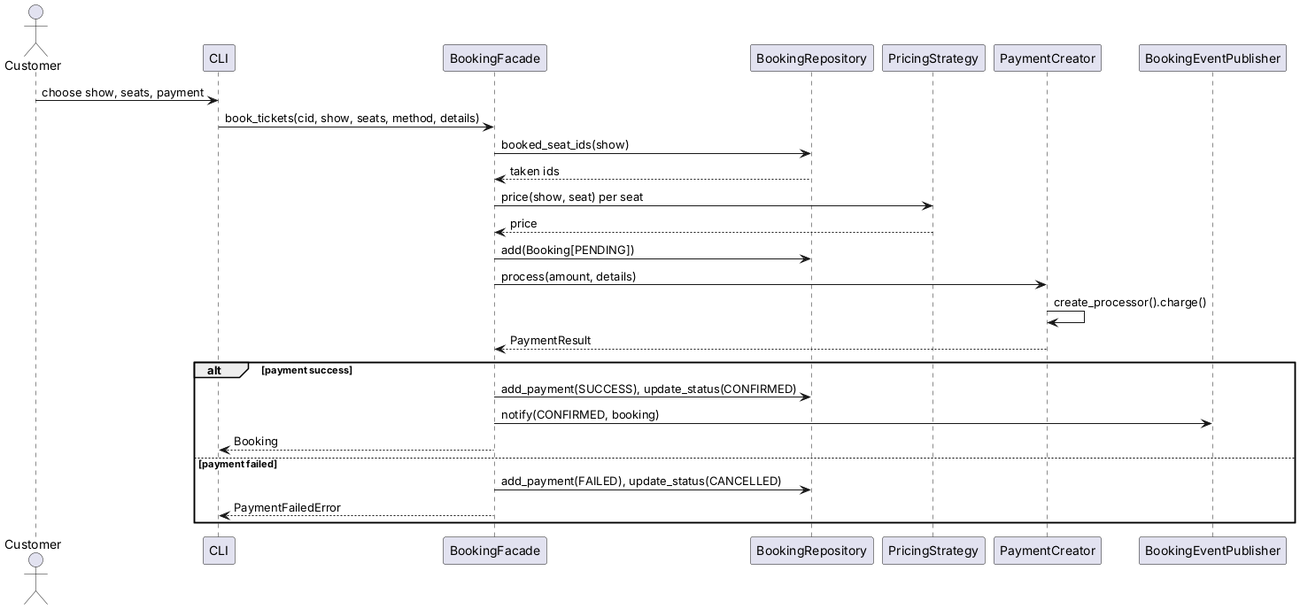
meerakumar-1/cinebook-ooad keeps this PlantUML diagram as cinebook/cinebook/docs/uml/png/sequence_book.png. Above is the earlier version. The source it was exported from:
```plantuml
@startuml sequence_book
actor Customer
participant CLI
participant BookingFacade as F
participant BookingRepository as BR
participant PricingStrategy as PS
participant PaymentCreator as PC
participant BookingEventPublisher as Pub
Customer -> CLI : choose show, seats, payment
CLI -> F : book_tickets(cid, show, seats, method, details)
F -> BR : booked_seat_ids(show)
BR --> F : taken ids
F -> PS : price(show, seat) per seat
PS --> F : price
F -> BR : add(Booking[PENDING])
F -> PC : process(amount, details)
PC -> PC : create_processor().charge()
PC --> F : PaymentResult
alt payment success
  F -> BR : add_payment(SUCCESS), update_status(CONFIRMED)
  F -> Pub : notify(CONFIRMED, booking)
  F --> CLI : Booking
else payment failed
  F -> BR : add_payment(FAILED), update_status(CANCELLED)
  F --> CLI : PaymentFailedError
end
@enduml
```
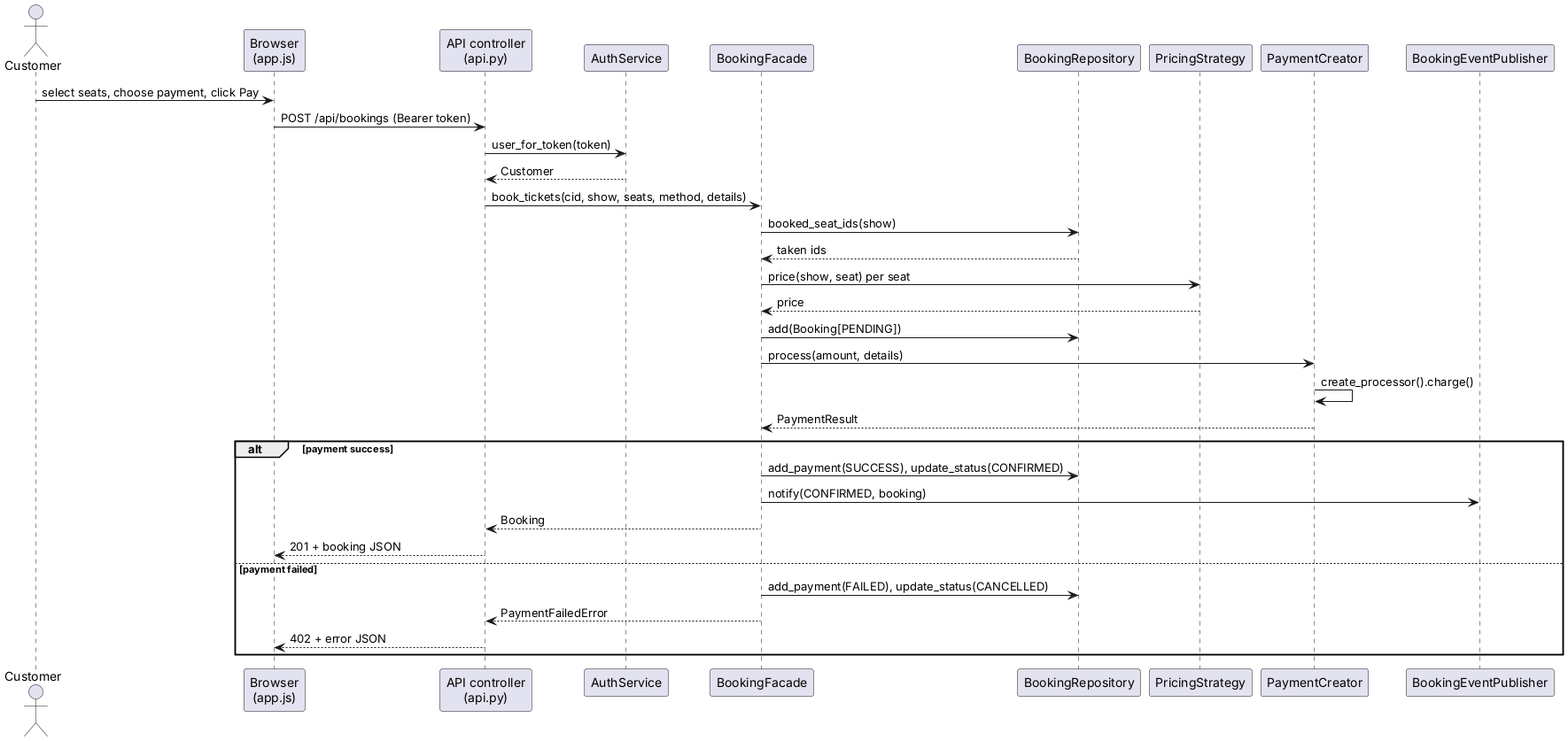
Later version of the same file.

What changed in the source:
```diff
@@ -1,13 +1,18 @@
 @startuml sequence_book
 actor Customer
-participant CLI
+participant "Browser\n(app.js)" as UI
+participant "API controller\n(api.py)" as API
+participant AuthService as Auth
 participant BookingFacade as F
 participant BookingRepository as BR
 participant PricingStrategy as PS
 participant PaymentCreator as PC
 participant BookingEventPublisher as Pub
-Customer -> CLI : choose show, seats, payment
-CLI -> F : book_tickets(cid, show, seats, method, details)
+Customer -> UI : select seats, choose payment, click Pay
+UI -> API : POST /api/bookings (Bearer token)
+API -> Auth : user_for_token(token)
+Auth --> API : Customer
+API -> F : book_tickets(cid, show, seats, method, details)
 F -> BR : booked_seat_ids(show)
 BR --> F : taken ids
 F -> PS : price(show, seat) per seat
@@ -19,9 +24,11 @@
 alt payment success
   F -> BR : add_payment(SUCCESS), update_status(CONFIRMED)
   F -> Pub : notify(CONFIRMED, booking)
-  F --> CLI : Booking
+  F --> API : Booking
+  API --> UI : 201 + booking JSON
 else payment failed
   F -> BR : add_payment(FAILED), update_status(CANCELLED)
-  F --> CLI : PaymentFailedError
+  F --> API : PaymentFailedError
+  API --> UI : 402 + error JSON
 end
 @enduml
```
